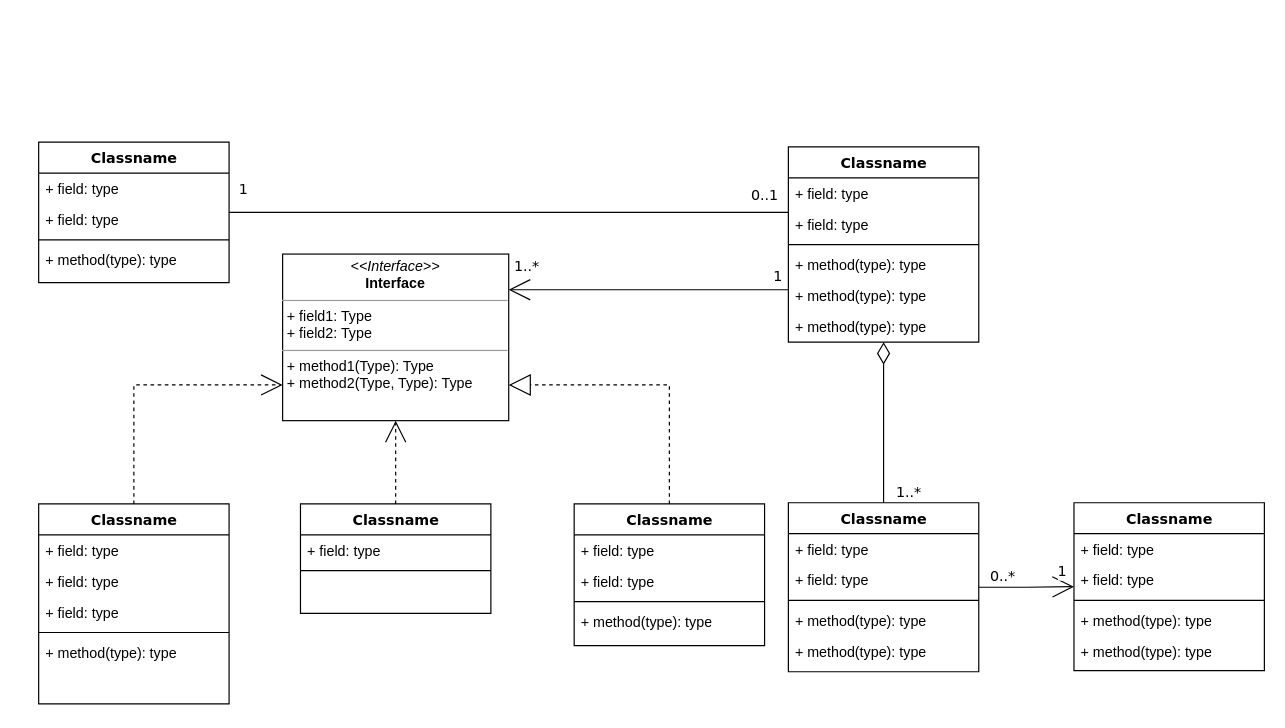
Above: Diagram/Item.drawio in WalnutAPeanut/Personal (draw.io), before the change. Source tidied: cells renumbered, new cells numbered last; positions are measured from the earlier drawing's top-left corner, leaving out a move shared by most shapes. Both pictures are drawn from the tidied source at 119%, with x=0, y=0 at pixel (38, 142).
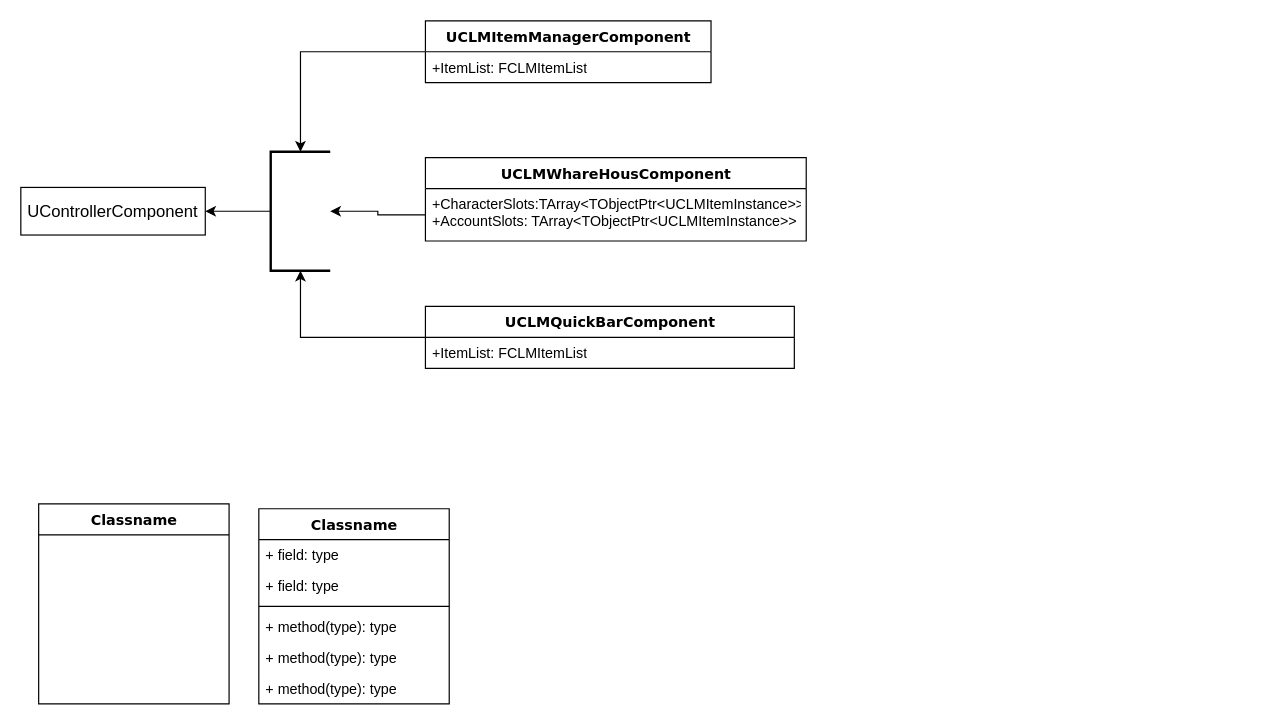
The same page after the edit.

Unchanged cells that the change refers to:
```xml
<mxCell id="3" value="Classname" style="swimlane;html=1;fontStyle=1;align=center;verticalAlign=top;horizontal=1;startSize=26;swimlaneFillColor=#ffffff;rounded=0;shadow=0;comic=0;labelBackgroundColor=none;strokeWidth=1;fillColor=none;fontFamily=Verdana;fontSize=12;" parent="1" vertex="1">
  <mxGeometry y="304" width="160" height="168" as="geometry" />
</mxCell>
```

The edit, as a diff of the source:
```diff
@@
-    <mxCell id="2" style="edgeStyle=orthogonalEdgeStyle;rounded=0;html=1;dashed=1;labelBackgroundColor=none;startArrow=none;startFill=0;startSize=8;endArrow=open;endFill=0;endSize=16;fontFamily=Verdana;fontSize=12;" parent="1" edge="1" source="3" target="54">
-      <mxGeometry relative="1" as="geometry">
-        <Array as="points">
-          <mxPoint x="80" y="204" />
-        </Array>
-      </mxGeometry>
-    </mxCell>
@@
-    <mxCell id="4" value="+ field: type" style="text;html=1;strokeColor=none;fillColor=none;align=left;verticalAlign=top;spacingLeft=4;spacingRight=4;whiteSpace=wrap;overflow=hidden;" parent="3" vertex="1">
-      <mxGeometry y="26" width="160" height="26" as="geometry" />
-    </mxCell>
-    <mxCell id="5" value="+ field: type" style="text;html=1;strokeColor=none;fillColor=none;align=left;verticalAlign=top;spacingLeft=4;spacingRight=4;whiteSpace=wrap;overflow=hidden;" parent="3" vertex="1">
-      <mxGeometry y="52" width="160" height="26" as="geometry" />
-    </mxCell>
-    <mxCell id="6" value="+ field: type" style="text;html=1;strokeColor=none;fillColor=none;align=left;verticalAlign=top;spacingLeft=4;spacingRight=4;whiteSpace=wrap;overflow=hidden;" parent="3" vertex="1">
-      <mxGeometry y="78" width="160" height="26" as="geometry" />
-    </mxCell>
-    <mxCell id="7" style="line;html=1;strokeWidth=1;fillColor=none;align=left;verticalAlign=middle;spacingTop=-1;spacingLeft=3;spacingRight=3;labelPosition=right;" parent="3" vertex="1">
-      <mxGeometry y="104" width="160" height="8" as="geometry" />
-    </mxCell>
-    <mxCell id="8" value="+ method(type): type" style="text;html=1;strokeColor=none;fillColor=none;align=left;verticalAlign=top;spacingLeft=4;spacingRight=4;whiteSpace=wrap;overflow=hidden;" parent="3" vertex="1">
-      <mxGeometry y="112" width="160" height="26" as="geometry" />
-    </mxCell>
-    <mxCell id="9" value="Classname" style="swimlane;html=1;fontStyle=1;align=center;verticalAlign=top;horizontal=1;startSize=26;swimlaneFillColor=#ffffff;rounded=0;shadow=0;comic=0;labelBackgroundColor=none;strokeWidth=1;fillColor=none;fontFamily=Verdana;fontSize=12;" parent="1" vertex="1">
-      <mxGeometry width="160" height="118" as="geometry" />
-    </mxCell>
-    <mxCell id="10" value="+ field: type" style="text;html=1;strokeColor=none;fillColor=none;align=left;verticalAlign=top;spacingLeft=4;spacingRight=4;whiteSpace=wrap;overflow=hidden;" parent="9" vertex="1">
-      <mxGeometry y="26" width="160" height="26" as="geometry" />
-    </mxCell>
-    <mxCell id="11" value="+ field: type" style="text;html=1;strokeColor=none;fillColor=none;align=left;verticalAlign=top;spacingLeft=4;spacingRight=4;whiteSpace=wrap;overflow=hidden;" parent="9" vertex="1">
-      <mxGeometry y="52" width="160" height="26" as="geometry" />
-    </mxCell>
-    <mxCell id="12" style="line;html=1;strokeWidth=1;fillColor=none;align=left;verticalAlign=middle;spacingTop=-1;spacingLeft=3;spacingRight=3;labelPosition=right;" parent="9" vertex="1">
-      <mxGeometry y="78" width="160" height="8" as="geometry" />
-    </mxCell>
-    <mxCell id="13" value="+ method(type): type" style="text;html=1;strokeColor=none;fillColor=none;align=left;verticalAlign=top;spacingLeft=4;spacingRight=4;whiteSpace=wrap;overflow=hidden;" parent="9" vertex="1">
-      <mxGeometry y="86" width="160" height="26" as="geometry" />
-    </mxCell>
-    <mxCell id="14" style="edgeStyle=orthogonalEdgeStyle;rounded=0;html=1;labelBackgroundColor=none;startArrow=none;startFill=0;startSize=8;endArrow=open;endFill=0;endSize=16;fontFamily=Verdana;fontSize=12;" parent="1" edge="1" source="20" target="54">
-      <mxGeometry relative="1" as="geometry">
-        <Array as="points">
-          <mxPoint x="470" y="124" />
-          <mxPoint x="470" y="124" />
-        </Array>
-      </mxGeometry>
-    </mxCell>
-    <mxCell id="15" value="1..*" style="text;html=1;align=center;verticalAlign=middle;labelBackgroundColor=#ffffff;fontSize=12;fontFamily=Verdana;" parent="14" vertex="1">
-      <mxGeometry x="0.86" y="2" relative="1" as="geometry">
-        <mxPoint x="-2" y="-22" as="offset" />
-      </mxGeometry>
-    </mxCell>
-    <mxCell id="16" value="1" style="text;html=1;align=center;verticalAlign=middle;labelBackgroundColor=#ffffff;fontSize=12;fontFamily=Verdana;" parent="14" vertex="1">
-      <mxGeometry x="0.36" y="152" relative="1" as="geometry">
-        <mxPoint x="150" y="-164" as="offset" />
-      </mxGeometry>
-    </mxCell>
-    <mxCell id="17" style="edgeStyle=orthogonalEdgeStyle;rounded=0;html=1;labelBackgroundColor=none;startArrow=none;startFill=0;startSize=8;endArrow=none;endFill=0;endSize=16;fontFamily=Verdana;fontSize=12;" parent="1" edge="1" source="20" target="9">
-      <mxGeometry relative="1" as="geometry">
-        <Array as="points">
-          <mxPoint x="530" y="59" />
-          <mxPoint x="530" y="59" />
-        </Array>
-      </mxGeometry>
-    </mxCell>
-    <mxCell id="18" value="0..1" style="text;html=1;align=center;verticalAlign=middle;labelBackgroundColor=#ffffff;fontSize=12;fontFamily=Verdana;" parent="17" vertex="1">
-      <mxGeometry x="-0.57" y="-86" relative="1" as="geometry">
-        <mxPoint x="80" y="71" as="offset" />
-      </mxGeometry>
-    </mxCell>
-    <mxCell id="19" value="1" style="text;html=1;align=center;verticalAlign=middle;labelBackgroundColor=#ffffff;fontSize=12;fontFamily=Verdana;" parent="17" vertex="1">
-      <mxGeometry x="0.89" y="-1" relative="1" as="geometry">
-        <mxPoint x="-15" y="-19" as="offset" />
-      </mxGeometry>
-    </mxCell>
     <mxCell id="20" value="Classname" style="swimlane;html=1;fontStyle=1;align=center;verticalAlign=top;horizontal=1;startSize=26;swimlaneFillColor=#ffffff;rounded=0;shadow=0;comic=0;labelBackgroundColor=none;strokeWidth=1;fillColor=none;fontFamily=Verdana;fontSize=12;" parent="1" vertex="1">
-      <mxGeometry x="630" y="4" width="160" height="164" as="geometry" />
+      <mxGeometry x="185" y="308" width="160" height="164" as="geometry" />
     </mxCell>
@@
-    <mxCell id="27" style="edgeStyle=orthogonalEdgeStyle;rounded=0;html=1;dashed=1;labelBackgroundColor=none;startArrow=none;startFill=0;startSize=8;endArrow=open;endFill=0;endSize=16;fontFamily=Verdana;fontSize=12;" parent="1" edge="1" source="28" target="54">
-      <mxGeometry relative="1" as="geometry" />
-    </mxCell>
-    <mxCell id="28" value="Classname" style="swimlane;html=1;fontStyle=1;align=center;verticalAlign=top;horizontal=1;startSize=26;swimlaneFillColor=#ffffff;rounded=0;shadow=0;comic=0;labelBackgroundColor=none;strokeWidth=1;fillColor=none;fontFamily=Verdana;fontSize=12;" parent="1" vertex="1">
-      <mxGeometry x="220" y="304" width="160" height="92" as="geometry" />
-    </mxCell>
-    <mxCell id="29" value="+ field: type" style="text;html=1;strokeColor=none;fillColor=none;align=left;verticalAlign=top;spacingLeft=4;spacingRight=4;whiteSpace=wrap;overflow=hidden;" parent="28" vertex="1">
-      <mxGeometry y="26" width="160" height="26" as="geometry" />
-    </mxCell>
-    <mxCell id="30" style="line;html=1;strokeWidth=1;fillColor=none;align=left;verticalAlign=middle;spacingTop=-1;spacingLeft=3;spacingRight=3;labelPosition=right;" parent="28" vertex="1">
-      <mxGeometry y="52" width="160" height="8" as="geometry" />
-    </mxCell>
-    <mxCell id="31" style="edgeStyle=orthogonalEdgeStyle;rounded=0;html=1;labelBackgroundColor=none;startArrow=none;startFill=0;startSize=8;endArrow=diamondThin;endFill=0;endSize=16;fontFamily=Verdana;fontSize=12;" parent="1" edge="1" source="36" target="20">
-      <mxGeometry relative="1" as="geometry" />
-    </mxCell>
-    <mxCell id="32" value="1..*" style="text;html=1;align=center;verticalAlign=middle;labelBackgroundColor=#ffffff;fontSize=12;fontFamily=Verdana;" parent="31" vertex="1">
-      <mxGeometry x="-0.85" y="-1" relative="1" as="geometry">
-        <mxPoint x="19" y="1" as="offset" />
-      </mxGeometry>
-    </mxCell>
-    <mxCell id="33" style="edgeStyle=orthogonalEdgeStyle;rounded=0;html=1;labelBackgroundColor=none;startArrow=none;startFill=0;startSize=8;endArrow=open;endFill=0;endSize=16;fontFamily=Verdana;fontSize=12;" parent="1" edge="1" source="36" target="42">
-      <mxGeometry relative="1" as="geometry" />
-    </mxCell>
-    <mxCell id="34" value="0..*" style="text;html=1;align=center;verticalAlign=middle;labelBackgroundColor=#ffffff;fontSize=12;fontFamily=Verdana;" parent="33" vertex="1">
-      <mxGeometry x="-0.79" relative="1" as="geometry">
-        <mxPoint x="11" y="-10" as="offset" />
-      </mxGeometry>
-    </mxCell>
-    <mxCell id="35" value="1" style="text;html=1;align=center;verticalAlign=middle;labelBackgroundColor=#ffffff;fontSize=12;fontFamily=Verdana;" parent="33" vertex="1">
-      <mxGeometry x="0.7" y="1" relative="1" as="geometry">
-        <mxPoint x="2" y="-12" as="offset" />
-      </mxGeometry>
-    </mxCell>
-    <mxCell id="36" value="Classname" style="swimlane;html=1;fontStyle=1;align=center;verticalAlign=top;horizontal=1;startSize=26;swimlaneFillColor=#ffffff;rounded=0;shadow=0;comic=0;labelBackgroundColor=none;strokeWidth=1;fillColor=none;fontFamily=Verdana;fontSize=12;" parent="1" vertex="1">
-      <mxGeometry x="630" y="303" width="160" height="142" as="geometry" />
-    </mxCell>
-    <mxCell id="37" value="+ field: type" style="text;html=1;strokeColor=none;fillColor=none;align=left;verticalAlign=top;spacingLeft=4;spacingRight=4;whiteSpace=wrap;overflow=hidden;" parent="36" vertex="1">
-      <mxGeometry y="26" width="160" height="26" as="geometry" />
-    </mxCell>
-    <mxCell id="38" value="+ field: type" style="text;html=1;strokeColor=none;fillColor=none;align=left;verticalAlign=top;spacingLeft=4;spacingRight=4;whiteSpace=wrap;overflow=hidden;" parent="36" vertex="1">
-      <mxGeometry y="52" width="160" height="26" as="geometry" />
-    </mxCell>
-    <mxCell id="39" style="line;html=1;strokeWidth=1;fillColor=none;align=left;verticalAlign=middle;spacingTop=-1;spacingLeft=3;spacingRight=3;labelPosition=right;" parent="36" vertex="1">
-      <mxGeometry y="78" width="160" height="8" as="geometry" />
-    </mxCell>
-    <mxCell id="40" value="+ method(type): type" style="text;html=1;strokeColor=none;fillColor=none;align=left;verticalAlign=top;spacingLeft=4;spacingRight=4;whiteSpace=wrap;overflow=hidden;" parent="36" vertex="1">
-      <mxGeometry y="86" width="160" height="26" as="geometry" />
-    </mxCell>
-    <mxCell id="41" value="+ method(type): type" style="text;html=1;strokeColor=none;fillColor=none;align=left;verticalAlign=top;spacingLeft=4;spacingRight=4;whiteSpace=wrap;overflow=hidden;" parent="36" vertex="1">
-      <mxGeometry y="112" width="160" height="26" as="geometry" />
-    </mxCell>
-    <mxCell id="42" value="Classname" style="swimlane;html=1;fontStyle=1;align=center;verticalAlign=top;horizontal=1;startSize=26;swimlaneFillColor=#ffffff;rounded=0;shadow=0;comic=0;labelBackgroundColor=none;strokeWidth=1;fillColor=none;fontFamily=Verdana;fontSize=12;" parent="1" vertex="1">
-      <mxGeometry x="870" y="303" width="160" height="141" as="geometry" />
-    </mxCell>
-    <mxCell id="43" value="+ field: type" style="text;html=1;strokeColor=none;fillColor=none;align=left;verticalAlign=top;spacingLeft=4;spacingRight=4;whiteSpace=wrap;overflow=hidden;" parent="42" vertex="1">
-      <mxGeometry y="26" width="160" height="26" as="geometry" />
-    </mxCell>
-    <mxCell id="44" value="+ field: type" style="text;html=1;strokeColor=none;fillColor=none;align=left;verticalAlign=top;spacingLeft=4;spacingRight=4;whiteSpace=wrap;overflow=hidden;" parent="42" vertex="1">
-      <mxGeometry y="52" width="160" height="26" as="geometry" />
-    </mxCell>
-    <mxCell id="45" style="line;html=1;strokeWidth=1;fillColor=none;align=left;verticalAlign=middle;spacingTop=-1;spacingLeft=3;spacingRight=3;labelPosition=right;" parent="42" vertex="1">
-      <mxGeometry y="78" width="160" height="8" as="geometry" />
-    </mxCell>
-    <mxCell id="46" value="+ method(type): type" style="text;html=1;strokeColor=none;fillColor=none;align=left;verticalAlign=top;spacingLeft=4;spacingRight=4;whiteSpace=wrap;overflow=hidden;" parent="42" vertex="1">
-      <mxGeometry y="86" width="160" height="26" as="geometry" />
-    </mxCell>
-    <mxCell id="47" value="+ method(type): type" style="text;html=1;strokeColor=none;fillColor=none;align=left;verticalAlign=top;spacingLeft=4;spacingRight=4;whiteSpace=wrap;overflow=hidden;" parent="42" vertex="1">
-      <mxGeometry y="112" width="160" height="26" as="geometry" />
-    </mxCell>
-    <mxCell id="48" style="edgeStyle=orthogonalEdgeStyle;rounded=0;html=1;dashed=1;labelBackgroundColor=none;startArrow=none;startFill=0;startSize=8;endArrow=block;endFill=0;endSize=16;fontFamily=Verdana;fontSize=12;" parent="1" edge="1" source="49" target="54">
-      <mxGeometry relative="1" as="geometry">
-        <Array as="points">
-          <mxPoint x="530" y="204" />
-        </Array>
-      </mxGeometry>
-    </mxCell>
-    <mxCell id="49" value="Classname" style="swimlane;html=1;fontStyle=1;align=center;verticalAlign=top;horizontal=1;startSize=26;swimlaneFillColor=#ffffff;rounded=0;shadow=0;comic=0;labelBackgroundColor=none;strokeWidth=1;fillColor=none;fontFamily=Verdana;fontSize=12;" parent="1" vertex="1">
-      <mxGeometry x="450" y="304" width="160" height="119" as="geometry" />
-    </mxCell>
-    <mxCell id="50" value="+ field: type" style="text;html=1;strokeColor=none;fillColor=none;align=left;verticalAlign=top;spacingLeft=4;spacingRight=4;whiteSpace=wrap;overflow=hidden;" parent="49" vertex="1">
-      <mxGeometry y="26" width="160" height="26" as="geometry" />
-    </mxCell>
-    <mxCell id="51" value="+ field: type" style="text;html=1;strokeColor=none;fillColor=none;align=left;verticalAlign=top;spacingLeft=4;spacingRight=4;whiteSpace=wrap;overflow=hidden;" parent="49" vertex="1">
-      <mxGeometry y="52" width="160" height="26" as="geometry" />
-    </mxCell>
-    <mxCell id="52" style="line;html=1;strokeWidth=1;fillColor=none;align=left;verticalAlign=middle;spacingTop=-1;spacingLeft=3;spacingRight=3;labelPosition=right;" parent="49" vertex="1">
-      <mxGeometry y="78" width="160" height="8" as="geometry" />
-    </mxCell>
-    <mxCell id="53" value="+ method(type): type" style="text;html=1;strokeColor=none;fillColor=none;align=left;verticalAlign=top;spacingLeft=4;spacingRight=4;whiteSpace=wrap;overflow=hidden;" parent="49" vertex="1">
-      <mxGeometry y="86" width="160" height="26" as="geometry" />
-    </mxCell>
-    <mxCell id="54" value="&lt;p style=&quot;margin:0px;margin-top:4px;text-align:center;&quot;&gt;&lt;i&gt;&amp;lt;&amp;lt;Interface&amp;gt;&amp;gt;&lt;/i&gt;&lt;br/&gt;&lt;b&gt;Interface&lt;/b&gt;&lt;/p&gt;&lt;hr size=&quot;1&quot;/&gt;&lt;p style=&quot;margin:0px;margin-left:4px;&quot;&gt;+ field1: Type&lt;br/&gt;+ field2: Type&lt;/p&gt;&lt;hr size=&quot;1&quot;/&gt;&lt;p style=&quot;margin:0px;margin-left:4px;&quot;&gt;+ method1(Type): Type&lt;br/&gt;+ method2(Type, Type): Type&lt;/p&gt;" style="verticalAlign=top;align=left;overflow=fill;fontSize=12;fontFamily=Helvetica;html=1;rounded=0;shadow=0;comic=0;labelBackgroundColor=none;strokeWidth=1;" parent="1" vertex="1">
-      <mxGeometry x="205" y="94" width="190" height="140" as="geometry" />
-    </mxCell>
+    <mxCell id="55" style="edgeStyle=orthogonalEdgeStyle;rounded=0;jettySize=auto;html=1;" parent="1" edge="1" source="56" target="65">
+      <mxGeometry relative="1" as="geometry" />
+    </mxCell>
+    <mxCell id="56" value="UCLMItemManagerComponent&lt;div&gt;&lt;br&gt;&lt;/div&gt;" style="swimlane;html=1;fontStyle=1;align=center;verticalAlign=top;horizontal=1;startSize=26;swimlaneFillColor=#ffffff;rounded=0;shadow=0;comic=0;labelBackgroundColor=none;strokeWidth=1;fillColor=none;fontFamily=Verdana;fontSize=12;swimlaneLine=1;glass=0;strokeColor=default;swimlaneBody=1;swimlaneHead=1;" parent="1" vertex="1">
+      <mxGeometry x="325" y="-102" width="240" height="52" as="geometry" />
+    </mxCell>
+    <mxCell id="57" value="+ItemList: FCLMItemList&lt;div&gt;&lt;br&gt;&lt;/div&gt;" style="text;html=1;strokeColor=none;fillColor=none;align=left;verticalAlign=top;spacingLeft=4;spacingRight=4;whiteSpace=wrap;overflow=hidden;" parent="56" vertex="1">
+      <mxGeometry y="26" width="240" height="26" as="geometry" />
+    </mxCell>
+    <mxCell id="58" value="UControllerComponent" style="rounded=0;html=1;align=center;verticalAlign=middle;whiteSpace=wrap;fontSize=14;" parent="1" vertex="1">
+      <mxGeometry x="-15" y="38" width="155" height="40" as="geometry" />
+    </mxCell>
+    <mxCell id="59" value="UCLMWhareHousComponent&lt;div&gt;&lt;br&gt;&lt;/div&gt;" style="swimlane;fontStyle=1;align=center;verticalAlign=top;horizontal=1;startSize=26;swimlaneFillColor=#ffffff;rounded=0;shadow=0;comic=0;labelBackgroundColor=none;strokeWidth=1;fillColor=none;fontFamily=Verdana;fontSize=12;swimlaneLine=1;glass=0;strokeColor=default;swimlaneBody=1;swimlaneHead=1;textDirection=ltr;html=1;" parent="1" vertex="1">
+      <mxGeometry x="325" y="13" width="320" height="70" as="geometry" />
+    </mxCell>
+    <mxCell id="60" value="+Character&lt;span style=&quot;background-color: initial;&quot;&gt;Slots:TArray&amp;lt;TObjectPtr&amp;lt;UCLMItemInstance&amp;gt;&amp;gt;&lt;/span&gt;&lt;div&gt;&lt;div&gt;+AccountSlots: TArray&amp;lt;TObjectPtr&amp;lt;UCLMItemInstance&amp;gt;&amp;gt;&lt;br&gt;&lt;div&gt;&lt;br&gt;&lt;/div&gt;&lt;/div&gt;&lt;/div&gt;" style="text;html=1;strokeColor=none;fillColor=none;align=left;verticalAlign=top;spacingLeft=4;spacingRight=4;whiteSpace=wrap;overflow=hidden;points=[[0,0.5],[1,0.5]];portConstraint=eastwest;" parent="59" vertex="1">
+      <mxGeometry y="26" width="320" height="44" as="geometry" />
+    </mxCell>
+    <mxCell id="61" style="edgeStyle=orthogonalEdgeStyle;rounded=0;jettySize=auto;html=1;" parent="1" edge="1" source="62" target="65">
+      <mxGeometry relative="1" as="geometry" />
+    </mxCell>
+    <mxCell id="62" value="UCLMQuickBarComponent&lt;div&gt;&lt;div&gt;&lt;br&gt;&lt;/div&gt;&lt;/div&gt;" style="swimlane;html=1;fontStyle=1;align=center;verticalAlign=top;horizontal=1;startSize=26;swimlaneFillColor=#ffffff;rounded=0;shadow=0;comic=0;labelBackgroundColor=none;strokeWidth=1;fillColor=none;fontFamily=Verdana;fontSize=12;swimlaneLine=1;glass=0;strokeColor=default;swimlaneBody=1;swimlaneHead=1;" parent="1" vertex="1">
+      <mxGeometry x="325" y="138" width="310" height="52" as="geometry" />
+    </mxCell>
+    <mxCell id="63" value="+ItemList: FCLMItemList&lt;div&gt;&lt;br&gt;&lt;/div&gt;" style="text;html=1;strokeColor=none;fillColor=none;align=left;verticalAlign=top;spacingLeft=4;spacingRight=4;whiteSpace=wrap;overflow=hidden;" parent="62" vertex="1">
+      <mxGeometry y="26" width="310" height="26" as="geometry" />
+    </mxCell>
+    <mxCell id="64" style="edgeStyle=orthogonalEdgeStyle;rounded=0;jettySize=auto;html=1;" parent="1" edge="1" source="65" target="58">
+      <mxGeometry relative="1" as="geometry" />
+    </mxCell>
+    <mxCell id="65" style="strokeWidth=2;html=1;shape=mxgraph.flowchart.annotation_1;align=left;" parent="1" vertex="1">
+      <mxGeometry x="195" y="8" width="50" height="100" as="geometry" />
+    </mxCell>
+    <mxCell id="66" style="edgeStyle=orthogonalEdgeStyle;rounded=0;jettySize=auto;html=1;" parent="1" edge="1" source="60" target="65">
+      <mxGeometry relative="1" as="geometry" />
+    </mxCell>
```
